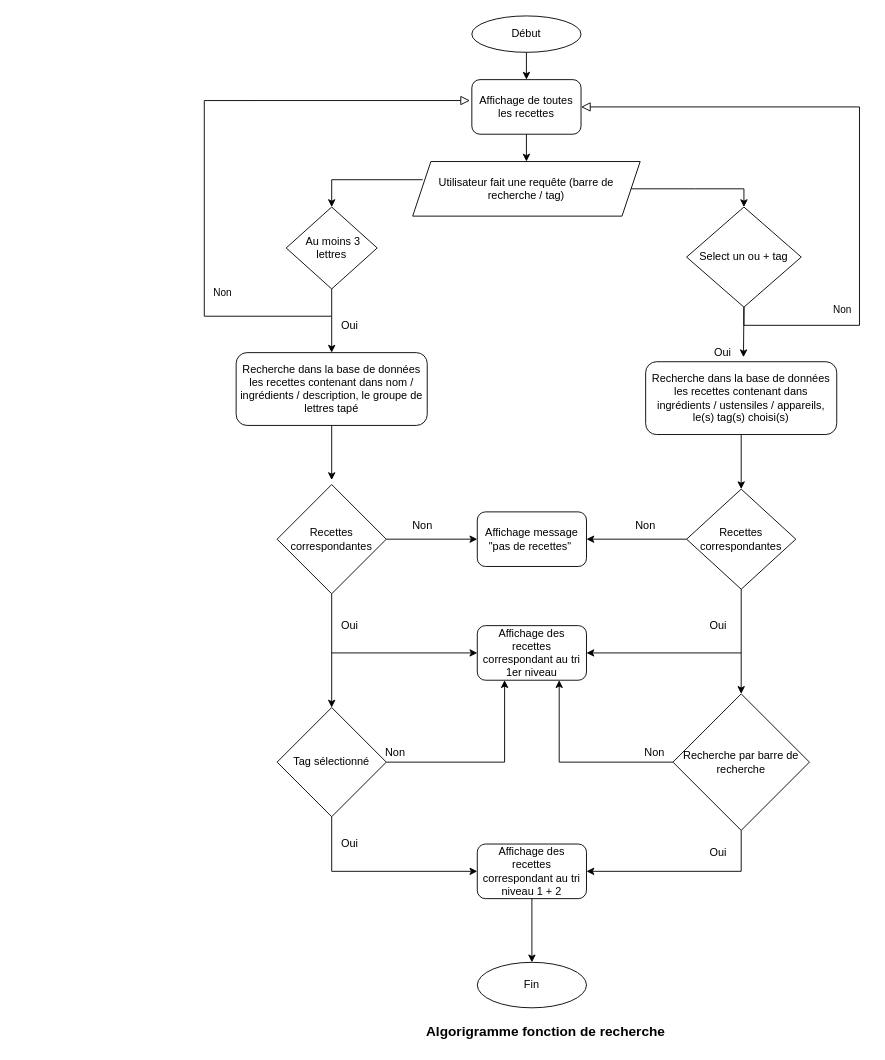
The draw.io diagram Diagramme sans nom.drawio in Bledichef/d-veloppez-un-algorithme, before the edit. Source tidied: cells renumbered, new cells numbered last; positions are measured from the earlier drawing's top-left corner, leaving out a move shared by most shapes. Both pictures are drawn from the tidied source at 91%, with x=0, y=0 at pixel (204, 15).
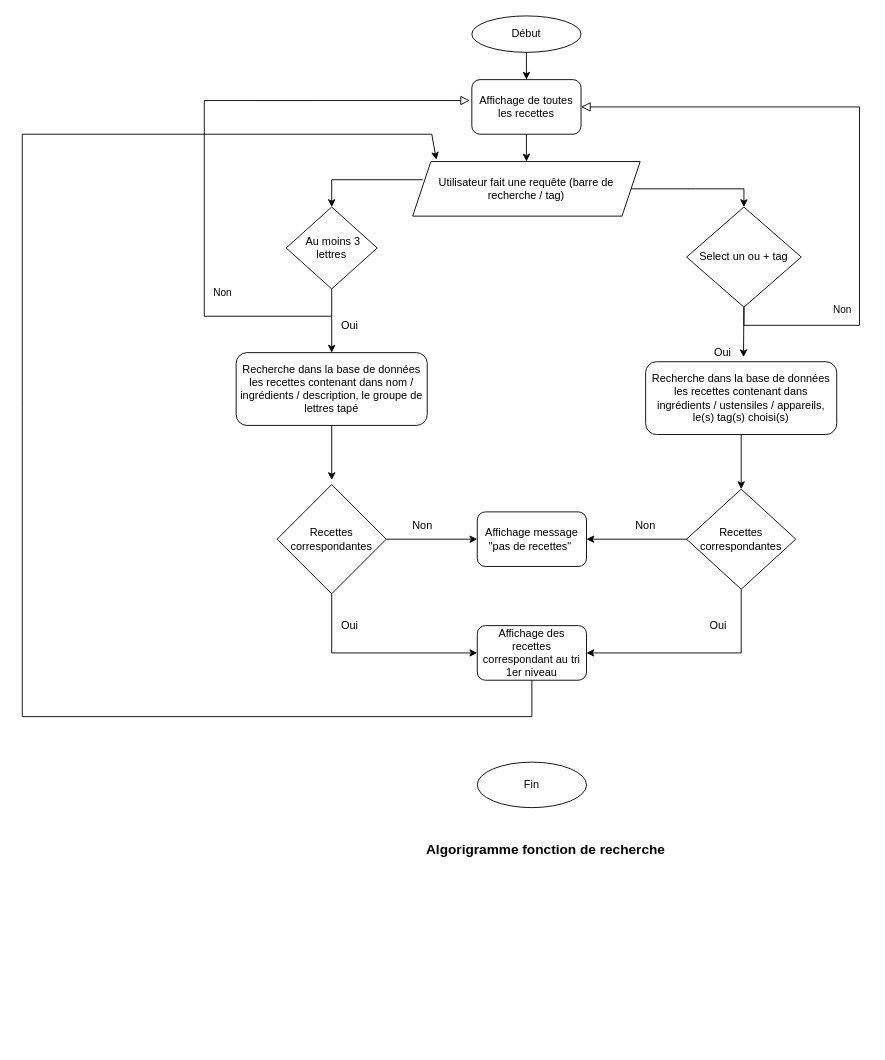
The same diagram, later.

Commit message:
Mettre à jour Diagramme sans nom.drawio

Unchanged cells that the change refers to:
```xml
<mxCell id="3" value="Utilisateur fait une requête (barre de recherche / tag)" style="shape=parallelogram;perimeter=parallelogramPerimeter;whiteSpace=wrap;html=1;fixedSize=1;" parent="1" vertex="1">
  <mxGeometry x="229" y="160" width="250" height="60" as="geometry" />
</mxCell>
<mxCell id="13" value="Affichage des recettes correspondant au tri 1er niveau" style="rounded=1;whiteSpace=wrap;html=1;" parent="1" vertex="1">
  <mxGeometry x="300" y="670" width="120" height="60" as="geometry" />
</mxCell>
```

Change to the diagram source:
```diff
@@
     <mxCell id="25" value="Fin" style="ellipse;whiteSpace=wrap;html=1;" parent="1" vertex="1">
-      <mxGeometry x="300" y="1040" width="120" height="50" as="geometry" />
+      <mxGeometry x="300" y="820" width="120" height="50" as="geometry" />
     </mxCell>
@@
-    <mxCell id="34" value="Tag sélectionné" style="rhombus;whiteSpace=wrap;html=1;" parent="1" vertex="1">
-      <mxGeometry x="80" y="760" width="120" height="120" as="geometry" />
-    </mxCell>
-    <mxCell id="35" style="endArrow=classic;html=1;rounded=0;strokeColor=#000000;" parent="1" edge="1" target="34">
-      <mxGeometry relative="1" as="geometry">
-        <mxPoint x="140" y="700" as="sourcePoint" />
-      </mxGeometry>
-    </mxCell>
-    <mxCell id="36" value="Affichage des recettes correspondant au tri niveau 1 + 2" style="rounded=1;whiteSpace=wrap;html=1;" parent="1" vertex="1">
-      <mxGeometry x="300" y="910" width="120" height="60" as="geometry" />
-    </mxCell>
-    <mxCell id="37" style="endArrow=classic;html=1;rounded=0;strokeColor=#000000;exitX=1;exitY=0.5;exitDx=0;exitDy=0;entryX=0.25;entryY=1;entryDx=0;entryDy=0;" parent="1" edge="1" source="34" target="13">
-      <mxGeometry relative="1" as="geometry">
-        <Array as="points">
-          <mxPoint x="330" y="820" />
-        </Array>
-      </mxGeometry>
-    </mxCell>
-    <mxCell id="38" value="Recherche par barre de recherche" style="rhombus;whiteSpace=wrap;html=1;" parent="1" vertex="1">
-      <mxGeometry x="515" y="745" width="150" height="150" as="geometry" />
-    </mxCell>
-    <mxCell id="39" style="endArrow=classic;html=1;rounded=0;strokeColor=#000000;entryX=0.75;entryY=1;entryDx=0;entryDy=0;exitX=0;exitY=0.5;exitDx=0;exitDy=0;" parent="1" edge="1" source="38" target="13">
-      <mxGeometry relative="1" as="geometry">
-        <Array as="points">
-          <mxPoint x="390" y="820" />
-        </Array>
-      </mxGeometry>
-    </mxCell>
-    <mxCell id="40" style="endArrow=classic;html=1;rounded=0;strokeColor=#000000;entryX=0.5;entryY=0;entryDx=0;entryDy=0;" parent="1" edge="1" target="38">
-      <mxGeometry relative="1" as="geometry">
-        <mxPoint x="590" y="700" as="sourcePoint" />
-      </mxGeometry>
-    </mxCell>
-    <mxCell id="41" value="Non&lt;br&gt;" style="text;html=1;strokeColor=none;fillColor=none;align=center;verticalAlign=middle;whiteSpace=wrap;rounded=0;" parent="1" vertex="1">
-      <mxGeometry x="470" y="800" width="50" height="20" as="geometry" />
-    </mxCell>
-    <mxCell id="42" value="Non&lt;br&gt;" style="text;html=1;strokeColor=none;fillColor=none;align=center;verticalAlign=middle;whiteSpace=wrap;rounded=0;" parent="1" vertex="1">
-      <mxGeometry x="185" y="800" width="50" height="20" as="geometry" />
-    </mxCell>
-    <mxCell id="43" style="endArrow=classic;html=1;rounded=0;strokeColor=#000000;exitX=0.5;exitY=1;exitDx=0;exitDy=0;entryX=0;entryY=0.5;entryDx=0;entryDy=0;" parent="1" edge="1" source="34" target="36">
-      <mxGeometry relative="1" as="geometry">
-        <Array as="points">
-          <mxPoint x="140" y="940" />
-        </Array>
-      </mxGeometry>
-    </mxCell>
-    <mxCell id="44" value="Oui&lt;br&gt;" style="text;html=1;strokeColor=none;fillColor=none;align=center;verticalAlign=middle;whiteSpace=wrap;rounded=0;" parent="1" vertex="1">
-      <mxGeometry x="135" y="900" width="50" height="20" as="geometry" />
-    </mxCell>
-    <mxCell id="45" style="endArrow=classic;html=1;rounded=0;strokeColor=#000000;exitX=0.5;exitY=1;exitDx=0;exitDy=0;entryX=1;entryY=0.5;entryDx=0;entryDy=0;" parent="1" edge="1" source="38" target="36">
-      <mxGeometry relative="1" as="geometry">
-        <Array as="points">
-          <mxPoint x="590" y="940" />
-        </Array>
-      </mxGeometry>
-    </mxCell>
-    <mxCell id="46" value="Oui&lt;br&gt;" style="text;html=1;strokeColor=none;fillColor=none;align=center;verticalAlign=middle;whiteSpace=wrap;rounded=0;" parent="1" vertex="1">
-      <mxGeometry x="540" y="910" width="50" height="20" as="geometry" />
-    </mxCell>
-    <mxCell id="47" style="endArrow=classic;html=1;rounded=0;strokeColor=#000000;entryX=0.5;entryY=0;entryDx=0;entryDy=0;exitX=0.5;exitY=1;exitDx=0;exitDy=0;" parent="1" edge="1" source="36" target="25">
-      <mxGeometry relative="1" as="geometry" />
-    </mxCell>
     <mxCell id="48" value="&lt;b&gt;&lt;font style=&quot;font-size: 15px&quot;&gt;Algorigramme fonction de recherche&amp;nbsp;&lt;/font&gt;&lt;/b&gt;" style="text;html=1;strokeColor=none;fillColor=none;align=center;verticalAlign=middle;whiteSpace=wrap;rounded=0;" parent="1" vertex="1">
-      <mxGeometry x="170" y="1100" width="415" height="30" as="geometry" />
+      <mxGeometry x="170" y="900" width="415" height="30" as="geometry" />
     </mxCell>
+    <mxCell id="49" style="endArrow=classic;html=1;rounded=0;exitX=0.5;exitY=1;exitDx=0;exitDy=0;entryX=0.104;entryY=-0.033;entryDx=0;entryDy=0;entryPerimeter=0;" parent="1" edge="1" source="13" target="3">
+      <mxGeometry relative="1" as="geometry">
+        <Array as="points">
+          <mxPoint x="360" y="770" />
+          <mxPoint x="-200" y="770" />
+          <mxPoint x="-200" y="430" />
+          <mxPoint x="-200" y="130" />
+          <mxPoint x="250" y="130" />
+        </Array>
+      </mxGeometry>
+    </mxCell>
```
